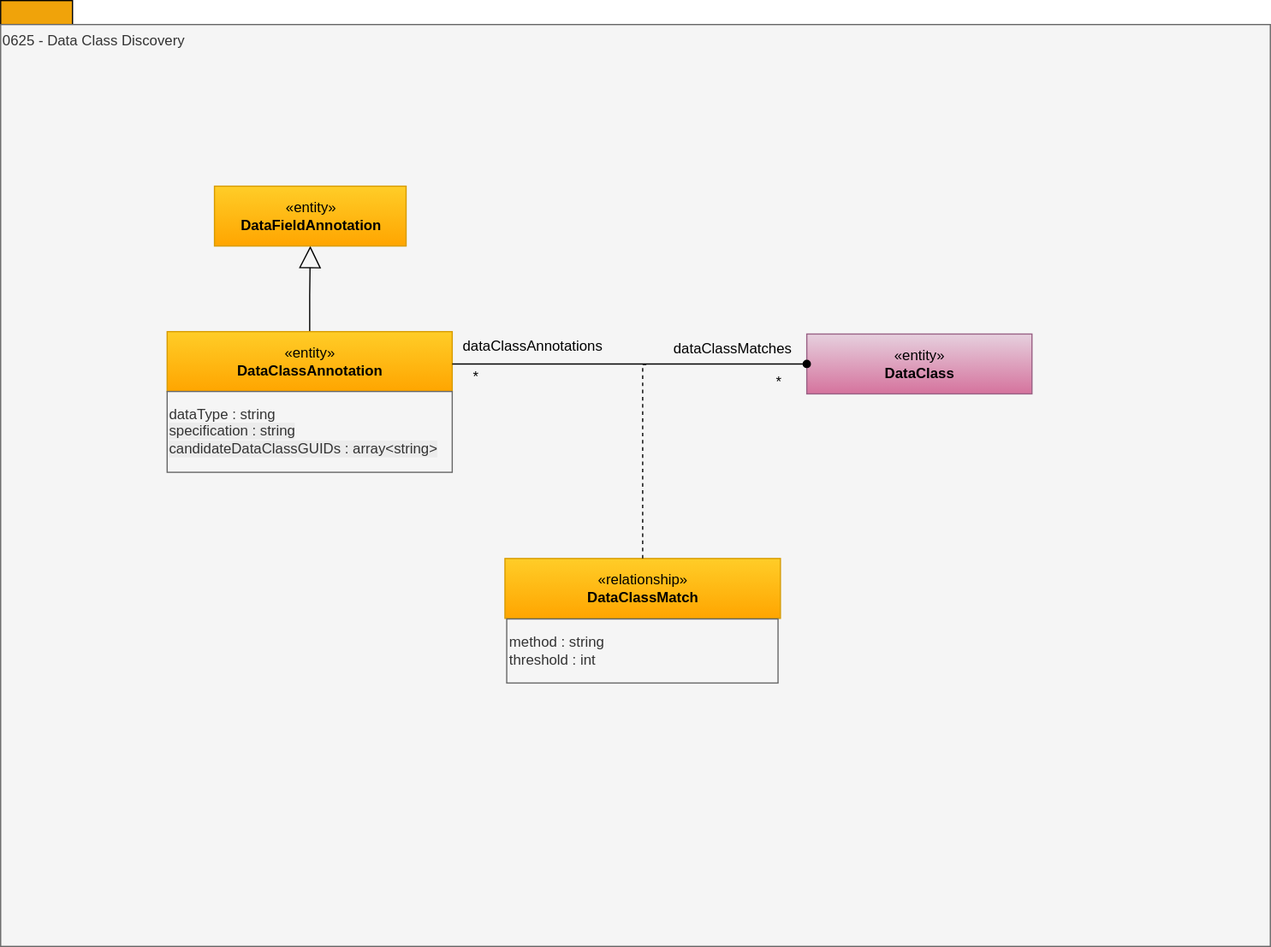
Above: site/docs/types/6/0625-Data-Class-Discovery.svg in odpi/egeria-docs (draw.io), before the change. Source tidied: cells renumbered, new cells last; positions are measured from the earlier drawing's top-left corner, leaving out a move shared by most shapes.
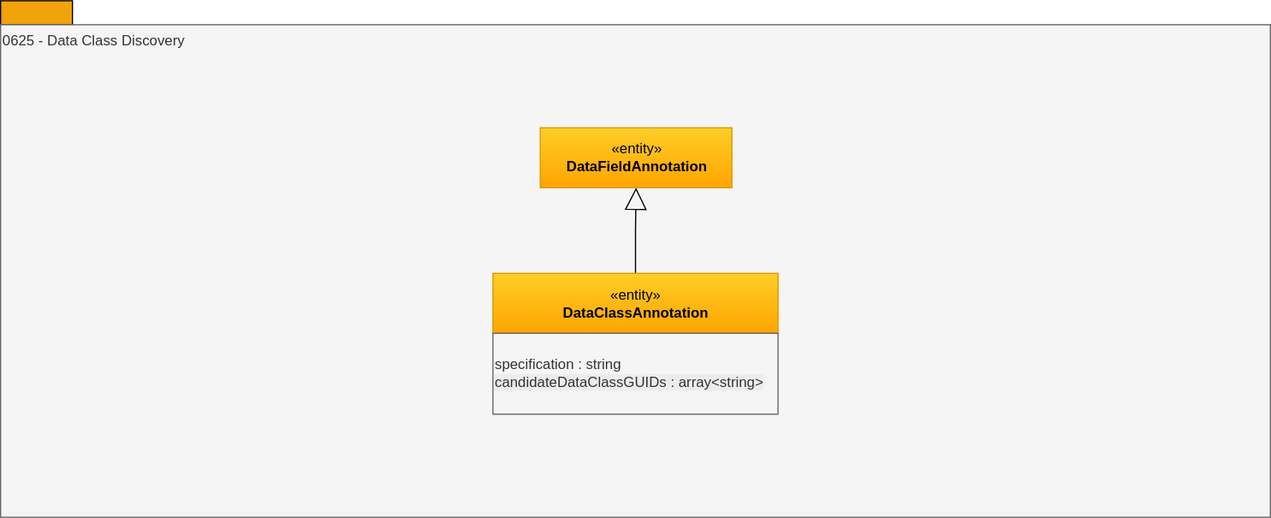
The same diagram one commit later.

Diff of the diagram source:
```diff
@@ -3,10 +3,10 @@
     <mxCell id="0" />
     <mxCell id="1" parent="0" />
     <mxCell id="2" style="rounded=0;whiteSpace=wrap;html=1;align=left;fillColor=#f0a30a;strokeColor=#000000;fontColor=#ffffff;" parent="1" vertex="1">
-      <mxGeometry width="60" height="20" as="geometry" />
+      <mxGeometry x="-272" y="49" width="60" height="20" as="geometry" />
     </mxCell>
     <mxCell id="3" value="0625 - Data Class Discovery" style="rounded=0;whiteSpace=wrap;html=1;align=left;verticalAlign=top;fillColor=#f5f5f5;fontColor=#333333;strokeColor=#666666;" parent="1" vertex="1">
-      <mxGeometry y="20" width="1060" height="770" as="geometry" />
+      <mxGeometry x="-272" y="69" width="1060" height="411" as="geometry" />
     </mxCell>
     <mxCell id="4" style="edgeStyle=orthogonalEdgeStyle;rounded=0;jettySize=auto;html=1;exitX=0.5;exitY=0;exitDx=0;exitDy=0;endArrow=block;endFill=0;endSize=16;" parent="1" edge="1" source="5" target="7">
       <mxGeometry relative="1" as="geometry" />
@@ -14,48 +14,11 @@
     <mxCell id="5" value="«entity»&lt;br&gt;&lt;b&gt;DataClassAnnotation&lt;/b&gt;" style="html=1;strokeColor=#d79b00;align=center;fillColor=#ffcd28;gradientColor=#ffa500;" parent="1" vertex="1">
       <mxGeometry x="139" y="276.5" width="238" height="50" as="geometry" />
     </mxCell>
-    <mxCell id="6" value="&lt;span style=&quot;color: rgb(51, 51, 51); font-family: Helvetica; font-size: 12px; font-style: normal; font-variant-ligatures: normal; font-variant-caps: normal; font-weight: 400; letter-spacing: normal; orphans: 2; text-align: left; text-indent: 0px; text-transform: none; widows: 2; word-spacing: 0px; -webkit-text-stroke-width: 0px; white-space: normal; background-color: rgb(236, 236, 236); text-decoration-thickness: initial; text-decoration-style: initial; text-decoration-color: initial; display: inline !important; float: none;&quot;&gt;&lt;div&gt;dataType : string&lt;/div&gt;specification : string&lt;/span&gt;&lt;div&gt;&lt;span style=&quot;color: rgb(51, 51, 51); font-family: Helvetica; font-size: 12px; font-style: normal; font-variant-ligatures: normal; font-variant-caps: normal; font-weight: 400; letter-spacing: normal; orphans: 2; text-align: left; text-indent: 0px; text-transform: none; widows: 2; word-spacing: 0px; -webkit-text-stroke-width: 0px; white-space: normal; background-color: rgb(236, 236, 236); text-decoration-thickness: initial; text-decoration-style: initial; text-decoration-color: initial; display: inline !important; float: none;&quot;&gt;candidateDataClassGUIDs : array&amp;lt;string&amp;gt;&lt;/span&gt;&lt;/div&gt;" style="rounded=0;whiteSpace=wrap;html=1;strokeColor=#666666;align=left;fillColor=#f5f5f5;fontColor=#333333;" parent="1" vertex="1">
+    <mxCell id="6" value="&lt;span style=&quot;color: rgb(51, 51, 51); font-family: Helvetica; font-size: 12px; font-style: normal; font-variant-ligatures: normal; font-variant-caps: normal; font-weight: 400; letter-spacing: normal; orphans: 2; text-align: left; text-indent: 0px; text-transform: none; widows: 2; word-spacing: 0px; -webkit-text-stroke-width: 0px; white-space: normal; background-color: rgb(236, 236, 236); text-decoration-thickness: initial; text-decoration-style: initial; text-decoration-color: initial; display: inline !important; float: none;&quot;&gt;&lt;div&gt;specification : string&lt;/div&gt;&lt;/span&gt;&lt;div&gt;&lt;span style=&quot;color: rgb(51, 51, 51); font-family: Helvetica; font-size: 12px; font-style: normal; font-variant-ligatures: normal; font-variant-caps: normal; font-weight: 400; letter-spacing: normal; orphans: 2; text-align: left; text-indent: 0px; text-transform: none; widows: 2; word-spacing: 0px; -webkit-text-stroke-width: 0px; white-space: normal; background-color: rgb(236, 236, 236); text-decoration-thickness: initial; text-decoration-style: initial; text-decoration-color: initial; display: inline !important; float: none;&quot;&gt;candidateDataClassGUIDs : array&amp;lt;string&amp;gt;&lt;/span&gt;&lt;/div&gt;" style="rounded=0;whiteSpace=wrap;html=1;strokeColor=#666666;align=left;fillColor=#f5f5f5;fontColor=#333333;" parent="1" vertex="1">
       <mxGeometry x="139" y="326.5" width="238" height="67.5" as="geometry" />
     </mxCell>
     <mxCell id="7" value="«entity»&lt;br&gt;&lt;b&gt;DataFieldAnnotation&lt;/b&gt;" style="html=1;strokeColor=#d79b00;align=center;fillColor=#ffcd28;gradientColor=#ffa500;" parent="1" vertex="1">
       <mxGeometry x="178.5" y="155" width="160" height="50" as="geometry" />
     </mxCell>
-    <mxCell id="8" value="«entity»&lt;br&gt;&lt;b&gt;DataClass&lt;/b&gt;" style="html=1;strokeColor=#996185;align=center;fillColor=#e6d0de;gradientColor=#d5739d;" parent="1" vertex="1">
-      <mxGeometry x="673" y="278.5" width="188" height="50" as="geometry" />
-    </mxCell>
-    <mxCell id="9" value="*" style="text;html=1;strokeColor=none;fillColor=none;align=center;verticalAlign=middle;whiteSpace=wrap;rounded=0;" parent="1" vertex="1">
-      <mxGeometry x="377" y="305" width="40" height="20" as="geometry" />
-    </mxCell>
-    <mxCell id="10" value="*" style="text;html=1;strokeColor=none;fillColor=none;align=center;verticalAlign=middle;whiteSpace=wrap;rounded=0;" parent="1" vertex="1">
-      <mxGeometry x="630" y="308.5" width="40" height="20" as="geometry" />
-    </mxCell>
-    <mxCell id="11" value="dataClassAnnotations" style="text;html=1;strokeColor=none;fillColor=none;align=center;verticalAlign=middle;whiteSpace=wrap;rounded=0;" parent="1" vertex="1">
-      <mxGeometry x="377.5" y="278.5" width="132.5" height="20" as="geometry" />
-    </mxCell>
-    <mxCell id="12" value="dataClassMatches" style="text;html=1;strokeColor=none;fillColor=none;align=center;verticalAlign=middle;whiteSpace=wrap;rounded=0;" parent="1" vertex="1">
-      <mxGeometry x="550" y="281" width="123" height="20" as="geometry" />
-    </mxCell>
-    <mxCell id="13" value="«relationship»&lt;br&gt;&lt;b&gt;DataClassMatch&lt;/b&gt;" style="html=1;strokeColor=#d79b00;align=center;fillColor=#ffcd28;gradientColor=#ffa500;" parent="1" vertex="1">
-      <mxGeometry x="421" y="466" width="230" height="50" as="geometry" />
-    </mxCell>
-    <mxCell id="14" value="&lt;span&gt;method : string&lt;/span&gt;&lt;br&gt;&lt;span&gt;threshold : int&lt;/span&gt;" style="rounded=0;whiteSpace=wrap;html=1;strokeColor=#666666;align=left;fillColor=#f5f5f5;fontColor=#333333;" parent="1" vertex="1">
-      <mxGeometry x="422.5" y="516.5" width="226.5" height="53.5" as="geometry" />
-    </mxCell>
-    <mxCell id="15" style="endArrow=none;dashed=1;html=1;exitX=0.5;exitY=0;exitDx=0;exitDy=0;rounded=0;edgeStyle=orthogonalEdgeStyle;" parent="1" edge="1" source="13">
-      <mxGeometry relative="1" as="geometry">
-        <mxPoint x="539" y="304" as="targetPoint" />
-        <Array as="points">
-          <mxPoint x="536" y="304" />
-        </Array>
-      </mxGeometry>
-    </mxCell>
-    <mxCell id="16" style="edgeStyle=orthogonalEdgeStyle;rounded=0;jettySize=auto;html=1;entryX=0;entryY=0.5;entryDx=0;entryDy=0;endArrow=oval;endFill=1;" parent="1" edge="1" target="8">
-      <mxGeometry relative="1" as="geometry">
-        <mxPoint x="377" y="303.5" as="sourcePoint" />
-        <Array as="points">
-          <mxPoint x="668" y="304" />
-        </Array>
-      </mxGeometry>
-    </mxCell>
   </root>
 </mxGraphModel>
```
